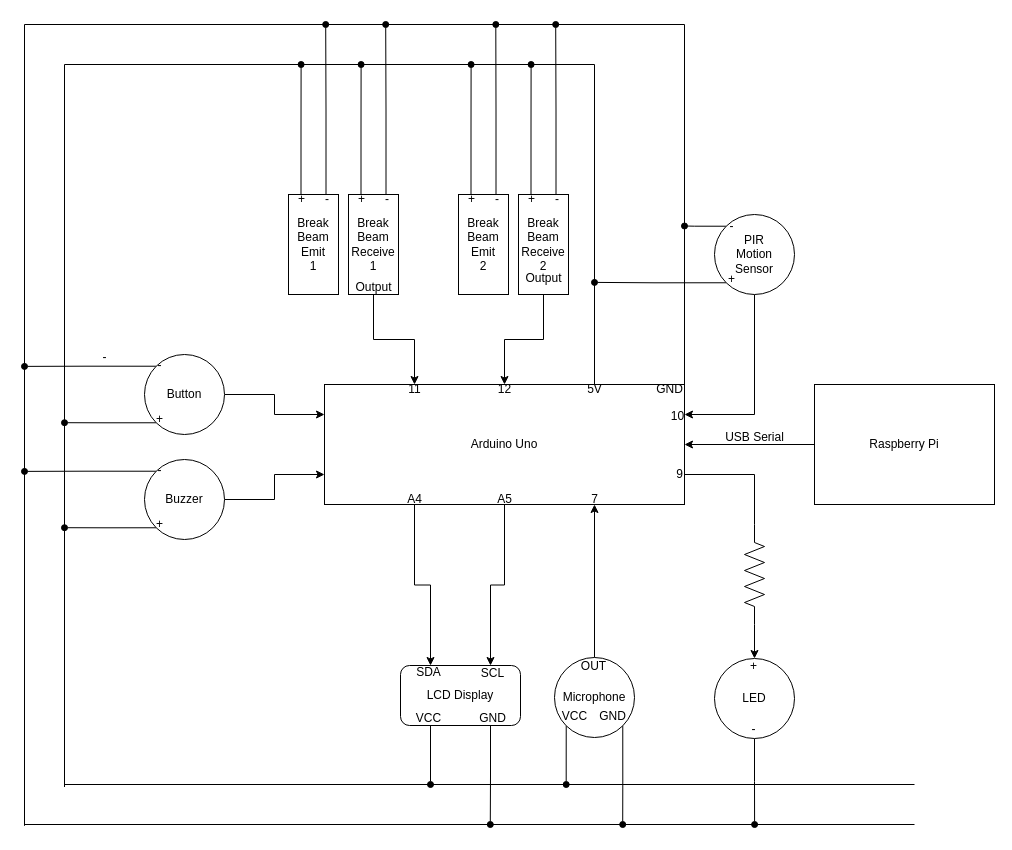
akasakakona/CS122A_P2 keeps this draw.io diagram as page "Schematics" (2 of 2) of CS122A_P2_Design.drawio. Above is the earlier version. Source tidied: cells renumbered, new cells numbered last; positions are measured from the earlier drawing's top-left corner, leaving out a move shared by most shapes. Both pictures are drawn from the tidied source at 100%, with x=0, y=0 at pixel (24, 24).
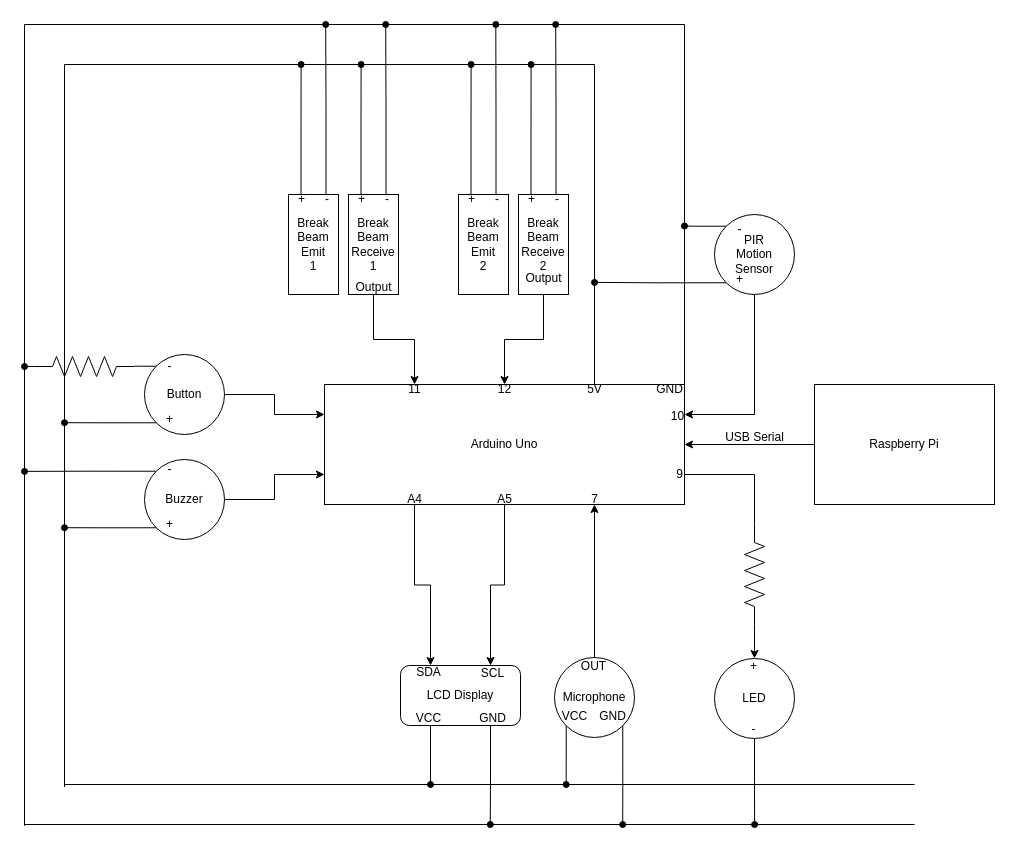
After the change.

Unchanged cells that the change refers to:
```xml
<mxCell id="36" value="Button" style="ellipse;whiteSpace=wrap;html=1;" parent="1" vertex="1">
  <mxGeometry x="120" y="330" width="80" height="80" as="geometry" />
</mxCell>
```

What changed in the source:
```diff
@@
-    <mxCell id="35" style="edgeStyle=orthogonalEdgeStyle;rounded=0;jettySize=auto;html=1;exitX=0;exitY=0;exitDx=0;exitDy=0;endArrow=oval;endFill=1;" parent="1" edge="1" source="36">
-      <mxGeometry relative="1" as="geometry">
-        <mxPoint y="341.9" as="targetPoint" />
-      </mxGeometry>
-    </mxCell>
+    <mxCell id="85" style="edgeStyle=orthogonalEdgeStyle;rounded=0;jettySize=auto;html=1;exitX=0;exitY=0;exitDx=0;exitDy=0;entryX=1;entryY=0.5;entryDx=0;entryDy=0;entryPerimeter=0;endArrow=none;endFill=0;" parent="1" edge="1" source="36" target="87">
+      <mxGeometry relative="1" as="geometry" />
+    </mxCell>
@@
     <mxCell id="72" value="-" style="text;html=1;align=center;verticalAlign=middle;strokeColor=none;fillColor=none;" parent="1" vertex="1">
-      <mxGeometry x="692" y="187" width="30" height="30" as="geometry" />
+      <mxGeometry x="700" y="190" width="30" height="30" as="geometry" />
     </mxCell>
     <mxCell id="73" value="+" style="text;html=1;align=center;verticalAlign=middle;strokeColor=none;fillColor=none;" parent="1" vertex="1">
-      <mxGeometry x="692" y="240" width="30" height="30" as="geometry" />
+      <mxGeometry x="700" y="240" width="30" height="30" as="geometry" />
     </mxCell>
-    <mxCell id="74" value="-" style="text;html=1;align=center;verticalAlign=middle;strokeColor=none;fillColor=none;" parent="1" vertex="1">
-      <mxGeometry x="65" y="318" width="30" height="30" as="geometry" />
-    </mxCell>
     <mxCell id="75" value="+" style="text;html=1;align=center;verticalAlign=middle;strokeColor=none;fillColor=none;" parent="1" vertex="1">
-      <mxGeometry x="120" y="380" width="30" height="30" as="geometry" />
+      <mxGeometry x="130" y="380" width="30" height="30" as="geometry" />
     </mxCell>
     <mxCell id="76" value="-" style="text;html=1;align=center;verticalAlign=middle;strokeColor=none;fillColor=none;" parent="1" vertex="1">
-      <mxGeometry x="120" y="326" width="30" height="30" as="geometry" />
+      <mxGeometry x="130" y="327" width="30" height="30" as="geometry" />
     </mxCell>
     <mxCell id="77" value="+" style="text;html=1;align=center;verticalAlign=middle;strokeColor=none;fillColor=none;" parent="1" vertex="1">
-      <mxGeometry x="120" y="485" width="30" height="30" as="geometry" />
+      <mxGeometry x="130" y="485" width="30" height="30" as="geometry" />
     </mxCell>
     <mxCell id="78" value="-" style="text;html=1;align=center;verticalAlign=middle;strokeColor=none;fillColor=none;" parent="1" vertex="1">
-      <mxGeometry x="120" y="431" width="30" height="30" as="geometry" />
+      <mxGeometry x="130" y="430" width="30" height="30" as="geometry" />
     </mxCell>
@@
+    <mxCell id="86" style="edgeStyle=orthogonalEdgeStyle;rounded=0;jettySize=auto;html=1;exitX=0;exitY=0.5;exitDx=0;exitDy=0;exitPerimeter=0;endArrow=oval;endFill=1;" parent="1" edge="1" source="87">
+      <mxGeometry relative="1" as="geometry">
+        <mxPoint y="341.8" as="targetPoint" />
+      </mxGeometry>
+    </mxCell>
+    <mxCell id="87" style="verticalLabelPosition=bottom;shadow=0;dashed=0;align=center;html=1;verticalAlign=top;shape=mxgraph.electrical.resistors.resistor_2;" parent="1" vertex="1">
+      <mxGeometry x="10" y="332" width="100" height="20" as="geometry" />
+    </mxCell>
```
